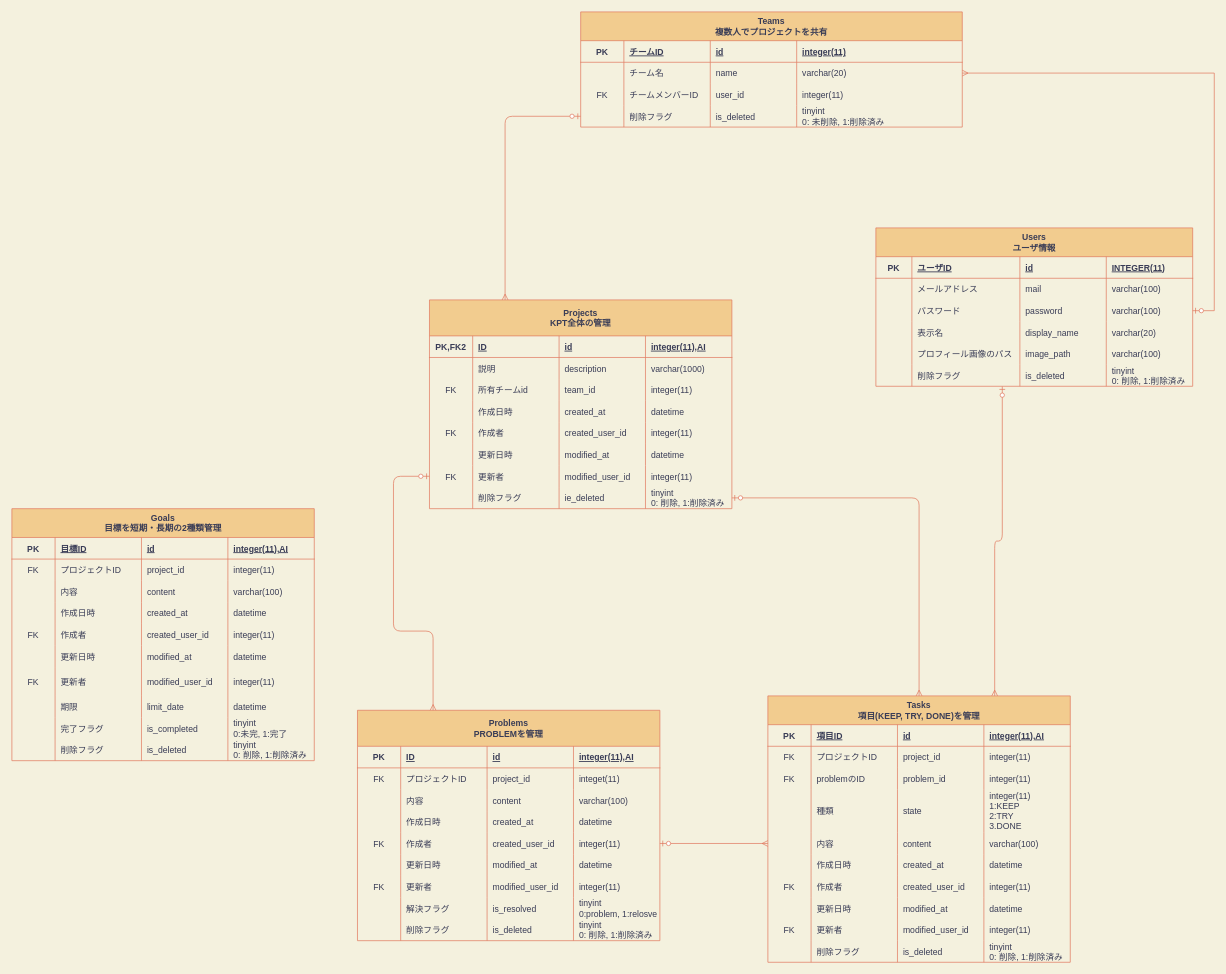
Before: database_er_diagram.drawio in nanas773/kpt-design, a draw.io diagram. Source tidied: cells renumbered, new cells numbered last; positions are measured from the earlier drawing's top-left corner, leaving out a move shared by most shapes. Both pictures are drawn from the tidied source at 72%, with x=0, y=0 at pixel (12, 12).
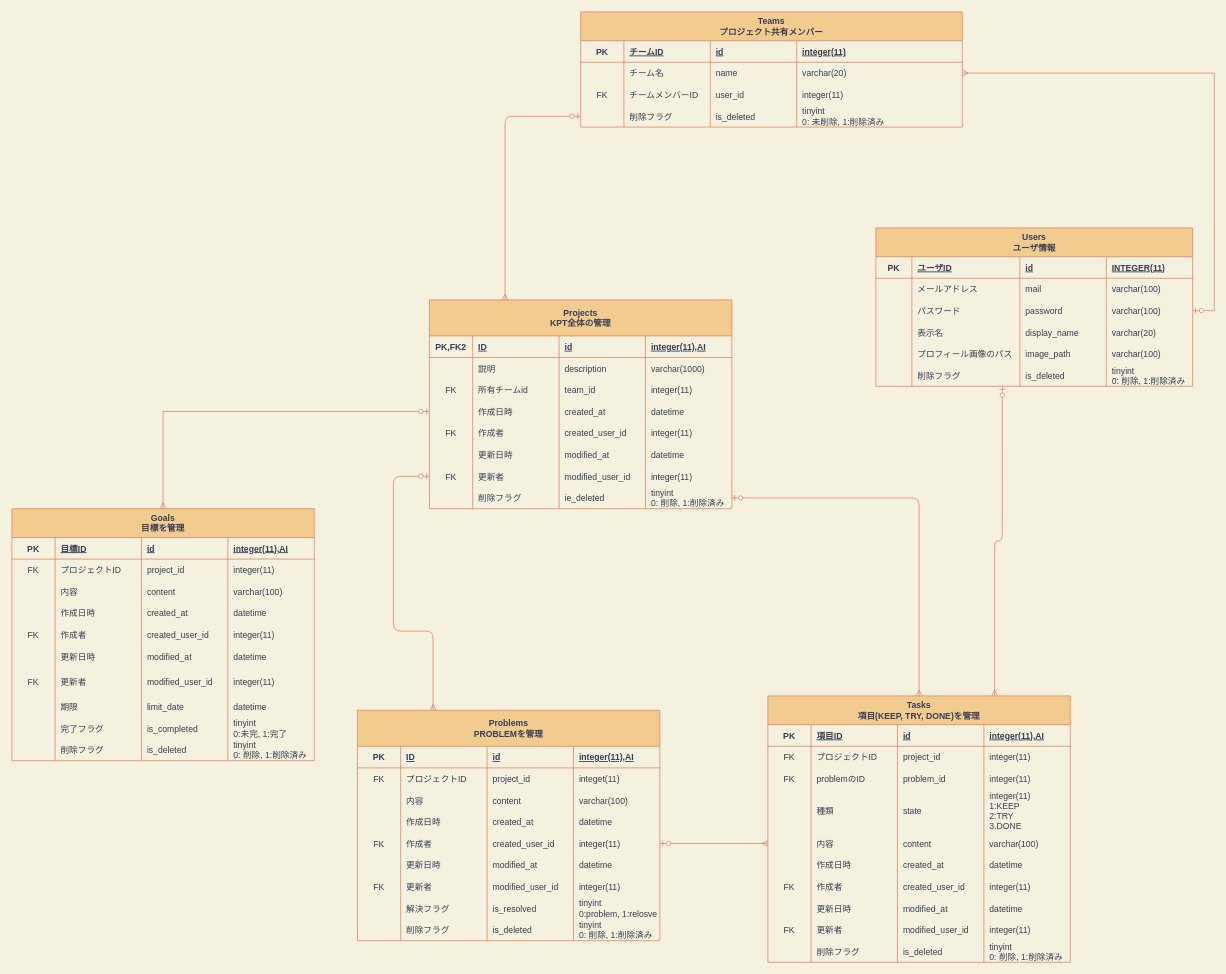
The same page after the edit.

Commit message:
Fix: GoalsとProjectsのアソシエーション追加

Unchanged cells that the change refers to:
```xml
<mxCell id="171" style="shape=partialRectangle;fillColor=none;top=0;left=0;bottom=0;right=0;points=[[0,0.5],[1,0.5]];portConstraint=eastwest;strokeColor=#E07A5F;fontColor=#393C56;" parent="155" vertex="1">
  <mxGeometry y="140" width="420" height="30" as="geometry" />
</mxCell>
```

Change to the diagram source:
```diff
@@
-    <mxCell id="36" value="Teams&#10;複数人でプロジェクトを共有" style="shape=table;startSize=40;childLayout=tableLayout;rowLines=0;fontStyle=1;align=center;rounded=0;sketch=0;strokeColor=#E07A5F;fillColor=#F2CC8F;fontColor=#393C56;" parent="1" vertex="1">
+    <mxCell id="36" value="Teams&#10;プロジェクト共有メンバー" style="shape=table;startSize=40;childLayout=tableLayout;rowLines=0;fontStyle=1;align=center;rounded=0;sketch=0;strokeColor=#E07A5F;fillColor=#F2CC8F;fontColor=#393C56;" parent="1" vertex="1">
       <mxGeometry x="790" width="530" height="160" as="geometry" />
     </mxCell>
@@
-    <mxCell id="198" value="Goals&#10;目標を短期・長期の2種類管理" style="shape=table;startSize=40;childLayout=tableLayout;rowLines=0;fontStyle=1;align=center;fillColor=#F2CC8F;strokeColor=#E07A5F;fontColor=#393C56;" parent="1" vertex="1">
+    <mxCell id="198" value="Goals&#10;目標を管理" style="shape=table;startSize=40;childLayout=tableLayout;rowLines=0;fontStyle=1;align=center;fillColor=#F2CC8F;strokeColor=#E07A5F;fontColor=#393C56;" parent="1" vertex="1">
       <mxGeometry y="690" width="420" height="350" as="geometry" />
     </mxCell>
@@
+    <mxCell id="252" style="edgeStyle=orthogonalEdgeStyle;rounded=0;jettySize=auto;html=1;exitX=0;exitY=0.5;exitDx=0;exitDy=0;entryX=0.5;entryY=0;entryDx=0;entryDy=0;labelBackgroundColor=#F4F1DE;strokeColor=#E07A5F;fontColor=#393C56;endArrow=ERmany;endFill=0;startArrow=ERzeroToOne;startFill=1;" parent="1" edge="1" source="171" target="198">
+      <mxGeometry relative="1" as="geometry" />
+    </mxCell>
```
